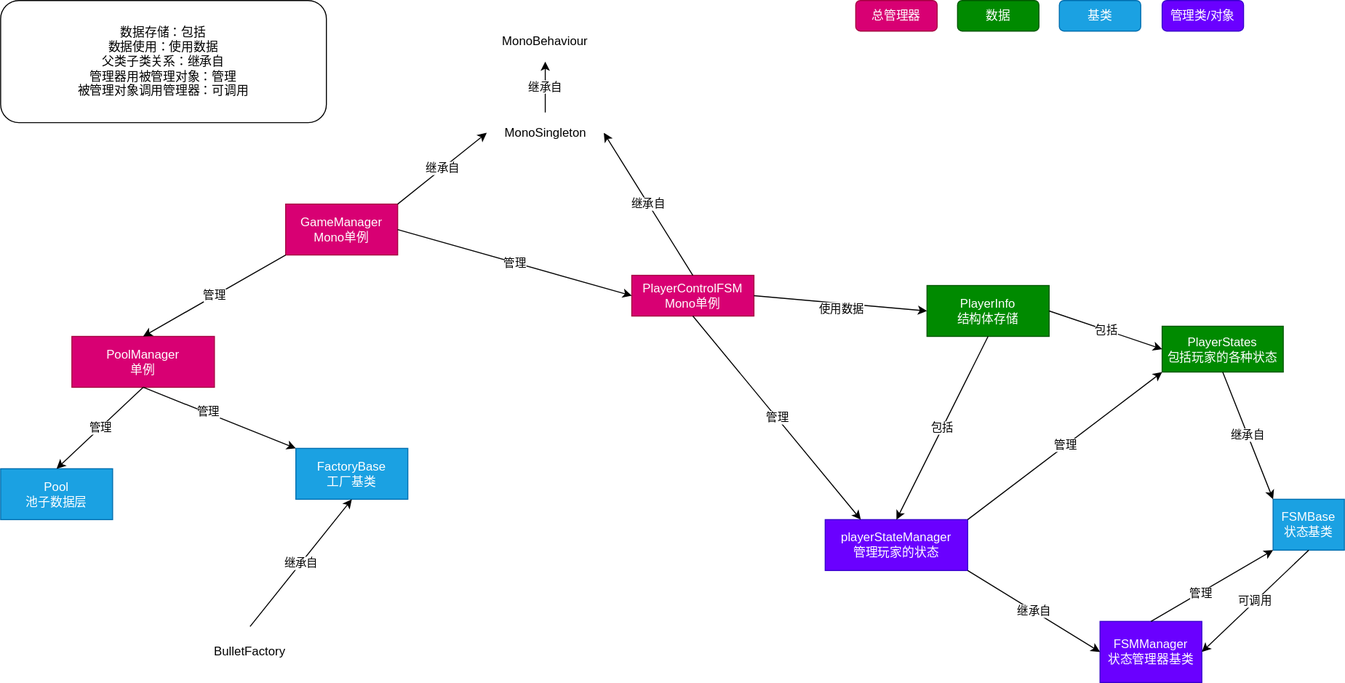
The draw.io diagram README.drawio.svg in Katzeee/GameDemo, before a commit. Source tidied: cells renumbered, new cells last; positions are measured from the earlier drawing's top-left corner, leaving out a move shared by most shapes.
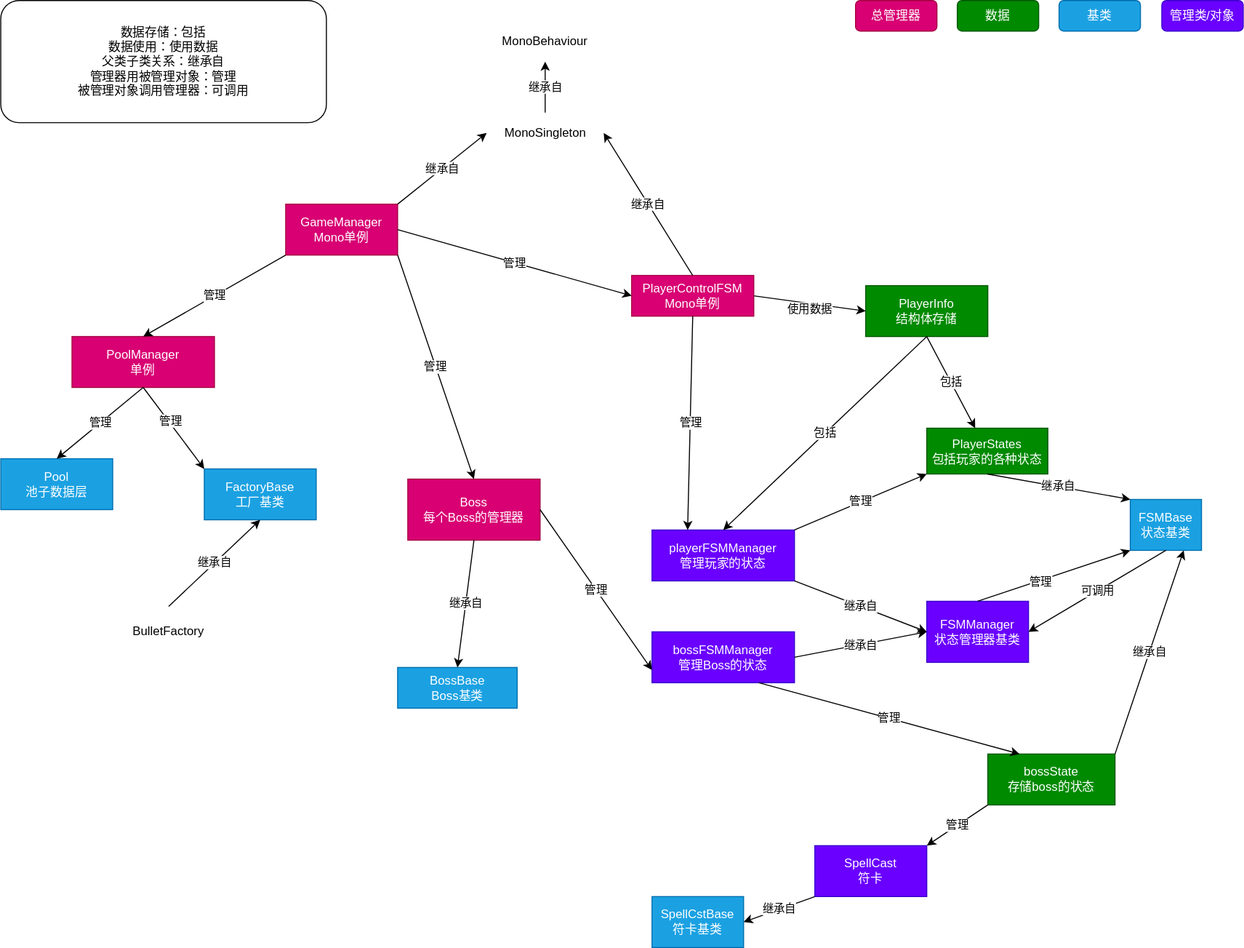
Later version of the same file.

Change to the diagram source:
```diff
@@ -15,16 +15,16 @@
       <mxGeometry x="280" y="200" width="110" height="50" as="geometry" />
     </mxCell>
     <mxCell id="6" value="FSMManager&lt;br&gt;状态管理器基类" style="text;html=1;strokeColor=#3700CC;fillColor=#6a00ff;align=center;verticalAlign=middle;whiteSpace=wrap;rounded=0;fontColor=#ffffff;" parent="1" vertex="1">
-      <mxGeometry x="1080" y="610" width="100" height="60" as="geometry" />
+      <mxGeometry x="910" y="590" width="100" height="60" as="geometry" />
     </mxCell>
     <mxCell id="7" value="FSMBase&lt;br&gt;状态基类" style="text;html=1;strokeColor=#006EAF;fillColor=#1ba1e2;align=center;verticalAlign=middle;whiteSpace=wrap;rounded=0;fontColor=#ffffff;" parent="1" vertex="1">
-      <mxGeometry x="1250" y="490" width="70" height="50" as="geometry" />
+      <mxGeometry x="1110" y="490" width="70" height="50" as="geometry" />
     </mxCell>
     <mxCell id="8" value="FactoryBase&lt;br&gt;工厂基类" style="text;html=1;strokeColor=#006EAF;fillColor=#1ba1e2;align=center;verticalAlign=middle;whiteSpace=wrap;rounded=0;fontColor=#ffffff;" parent="1" vertex="1">
-      <mxGeometry x="290" y="440" width="110" height="50" as="geometry" />
+      <mxGeometry x="200" y="460" width="110" height="50" as="geometry" />
     </mxCell>
     <mxCell id="9" value="BulletFactory" style="text;html=1;strokeColor=none;fillColor=none;align=center;verticalAlign=middle;whiteSpace=wrap;rounded=0;" parent="1" vertex="1">
-      <mxGeometry x="190" y="615" width="110" height="50" as="geometry" />
+      <mxGeometry x="110" y="595" width="110" height="50" as="geometry" />
     </mxCell>
     <mxCell id="10" style="endArrow=classic;html=1;exitX=0.5;exitY=1;exitDx=0;exitDy=0;entryX=0;entryY=0;entryDx=0;entryDy=0;" parent="1" edge="1" source="4" target="8">
       <mxGeometry relative="1" as="geometry" />
@@ -48,13 +48,13 @@
       <mxGeometry x="620" y="270" width="120" height="40" as="geometry" />
     </mxCell>
     <mxCell id="17" value="PlayerInfo&lt;br&gt;结构体存储" style="text;html=1;strokeColor=#005700;fillColor=#008a00;align=center;verticalAlign=middle;whiteSpace=wrap;rounded=0;fontColor=#ffffff;" parent="1" vertex="1">
-      <mxGeometry x="910" y="280" width="120" height="50" as="geometry" />
+      <mxGeometry x="850" y="280" width="120" height="50" as="geometry" />
     </mxCell>
     <mxCell id="18" value="使用数据" style="endArrow=classic;html=1;exitX=1;exitY=0.5;exitDx=0;exitDy=0;entryX=0;entryY=0.5;entryDx=0;entryDy=0;" parent="1" edge="1" source="16" target="17">
       <mxGeometry x="0.02" y="-5" relative="1" as="geometry" />
     </mxCell>
     <mxCell id="19" value="Pool&lt;br&gt;池子数据层" style="text;html=1;strokeColor=#006EAF;fillColor=#1ba1e2;align=center;verticalAlign=middle;whiteSpace=wrap;rounded=0;fontColor=#ffffff;" parent="1" vertex="1">
-      <mxGeometry y="460" width="110" height="50" as="geometry" />
+      <mxGeometry y="450" width="110" height="50" as="geometry" />
     </mxCell>
     <mxCell id="20" value="管理" style="endArrow=classic;html=1;exitX=0.5;exitY=1;exitDx=0;exitDy=0;entryX=0.5;entryY=0;entryDx=0;entryDy=0;" parent="1" edge="1" source="4" target="19">
       <mxGeometry relative="1" as="geometry" />
@@ -65,8 +65,8 @@
     <mxCell id="22" value="管理" style="endArrow=classic;html=1;exitX=1;exitY=0.5;exitDx=0;exitDy=0;entryX=0;entryY=0.5;entryDx=0;entryDy=0;" parent="1" edge="1" source="5" target="16">
       <mxGeometry relative="1" as="geometry" />
     </mxCell>
-    <mxCell id="23" value="playerStateManager&lt;br&gt;管理玩家的状态" style="text;html=1;align=center;verticalAlign=middle;whiteSpace=wrap;rounded=0;gradientDirection=east;fillColor=#6a00ff;strokeColor=#3700CC;fontColor=#ffffff;" parent="1" vertex="1">
-      <mxGeometry x="810" y="510" width="140" height="50" as="geometry" />
+    <mxCell id="23" value="playerFSMManager&lt;br&gt;管理玩家的状态" style="text;html=1;align=center;verticalAlign=middle;whiteSpace=wrap;rounded=0;gradientDirection=east;fillColor=#6a00ff;strokeColor=#3700CC;fontColor=#ffffff;" parent="1" vertex="1">
+      <mxGeometry x="640" y="520" width="140" height="50" as="geometry" />
     </mxCell>
     <mxCell id="24" value="继承自" style="endArrow=classic;html=1;exitX=1;exitY=1;exitDx=0;exitDy=0;entryX=0;entryY=0.5;entryDx=0;entryDy=0;" parent="1" edge="1" source="23" target="6">
       <mxGeometry relative="1" as="geometry" />
@@ -75,12 +75,12 @@
       <mxGeometry relative="1" as="geometry" />
     </mxCell>
     <mxCell id="26" value="PlayerStates&lt;br&gt;包括玩家的各种状态" style="text;html=1;strokeColor=#005700;fillColor=#008a00;align=center;verticalAlign=middle;whiteSpace=wrap;rounded=0;fontColor=#ffffff;" parent="1" vertex="1">
-      <mxGeometry x="1141" y="320" width="119" height="45" as="geometry" />
+      <mxGeometry x="910" y="420" width="119" height="45" as="geometry" />
     </mxCell>
     <mxCell id="27" value="继承自" style="endArrow=classic;html=1;exitX=0.5;exitY=1;exitDx=0;exitDy=0;entryX=0;entryY=0;entryDx=0;entryDy=0;" parent="1" edge="1" source="26" target="7">
       <mxGeometry relative="1" as="geometry" />
     </mxCell>
-    <mxCell id="28" value="包括" style="endArrow=classic;html=1;exitX=1;exitY=0.5;exitDx=0;exitDy=0;entryX=0;entryY=0.5;entryDx=0;entryDy=0;" parent="1" edge="1" source="17" target="26">
+    <mxCell id="28" value="包括" style="endArrow=classic;html=1;exitX=0.5;exitY=1;exitDx=0;exitDy=0;" parent="1" edge="1" source="17" target="26">
       <mxGeometry relative="1" as="geometry" />
     </mxCell>
     <mxCell id="29" value="数据存储：包括&lt;br&gt;数据使用：使用数据&lt;br&gt;父类子类关系：继承自&lt;br&gt;管理器用被管理对象：管理&lt;br&gt;被管理对象调用管理器：可调用" style="rounded=1;whiteSpace=wrap;html=1;" parent="1" vertex="1">
@@ -113,5 +113,47 @@
     <mxCell id="38" value="管理" style="endArrow=classic;html=1;exitX=0.5;exitY=1;exitDx=0;exitDy=0;entryX=0.25;entryY=0;entryDx=0;entryDy=0;" parent="1" edge="1" source="16" target="23">
       <mxGeometry relative="1" as="geometry" />
     </mxCell>
+    <mxCell id="39" value="bossFSMManager&lt;br&gt;管理Boss的状态" style="text;html=1;strokeColor=#3700CC;fillColor=#6a00ff;align=center;verticalAlign=middle;whiteSpace=wrap;rounded=0;fontColor=#ffffff;" parent="1" vertex="1">
+      <mxGeometry x="640" y="620" width="140" height="50" as="geometry" />
+    </mxCell>
+    <mxCell id="40" value="继承自" style="endArrow=classic;html=1;exitX=1;exitY=0.5;exitDx=0;exitDy=0;entryX=0;entryY=0.5;entryDx=0;entryDy=0;" parent="1" edge="1" source="39" target="6">
+      <mxGeometry relative="1" as="geometry" />
+    </mxCell>
+    <mxCell id="41" value="Boss&lt;br&gt;每个Boss的管理器" style="text;html=1;strokeColor=#A50040;fillColor=#d80073;align=center;verticalAlign=middle;whiteSpace=wrap;rounded=0;fontColor=#ffffff;" parent="1" vertex="1">
+      <mxGeometry x="400" y="470" width="130" height="60" as="geometry" />
+    </mxCell>
+    <mxCell id="42" value="BossBase&lt;br&gt;Boss基类" style="text;html=1;strokeColor=#006EAF;fillColor=#1ba1e2;align=center;verticalAlign=middle;whiteSpace=wrap;rounded=0;fontColor=#ffffff;" parent="1" vertex="1">
+      <mxGeometry x="390" y="655" width="117.5" height="40" as="geometry" />
+    </mxCell>
+    <mxCell id="43" value="继承自" style="endArrow=classic;html=1;exitX=0.5;exitY=1;exitDx=0;exitDy=0;entryX=0.5;entryY=0;entryDx=0;entryDy=0;" parent="1" edge="1" source="41" target="42">
+      <mxGeometry relative="1" as="geometry" />
+    </mxCell>
+    <mxCell id="44" value="bossState&lt;br&gt;存储boss的状态" style="text;html=1;strokeColor=#005700;fillColor=#008a00;align=center;verticalAlign=middle;whiteSpace=wrap;rounded=0;fontColor=#ffffff;" parent="1" vertex="1">
+      <mxGeometry x="970" y="740" width="125" height="50" as="geometry" />
+    </mxCell>
+    <mxCell id="45" value="管理" style="endArrow=classic;html=1;exitX=0.75;exitY=1;exitDx=0;exitDy=0;entryX=0.25;entryY=0;entryDx=0;entryDy=0;" parent="1" edge="1" source="39" target="44">
+      <mxGeometry relative="1" as="geometry" />
+    </mxCell>
+    <mxCell id="46" value="管理" style="endArrow=classic;html=1;exitX=1;exitY=0.5;exitDx=0;exitDy=0;entryX=0;entryY=0.75;entryDx=0;entryDy=0;" parent="1" edge="1" source="41" target="39">
+      <mxGeometry relative="1" as="geometry" />
+    </mxCell>
+    <mxCell id="47" value="继承自" style="endArrow=classic;html=1;exitX=1;exitY=0;exitDx=0;exitDy=0;entryX=0.75;entryY=1;entryDx=0;entryDy=0;" parent="1" edge="1" source="44" target="7">
+      <mxGeometry relative="1" as="geometry" />
+    </mxCell>
+    <mxCell id="48" value="SpellCstBase&lt;br&gt;符卡基类" style="text;html=1;strokeColor=#006EAF;fillColor=#1ba1e2;align=center;verticalAlign=middle;whiteSpace=wrap;rounded=0;fontColor=#ffffff;" parent="1" vertex="1">
+      <mxGeometry x="640" y="880" width="90" height="50" as="geometry" />
+    </mxCell>
+    <mxCell id="49" value="SpellCast&lt;br&gt;符卡" style="text;html=1;strokeColor=#3700CC;fillColor=#6a00ff;align=center;verticalAlign=middle;whiteSpace=wrap;rounded=0;fontColor=#ffffff;" parent="1" vertex="1">
+      <mxGeometry x="800" y="830" width="110" height="50" as="geometry" />
+    </mxCell>
+    <mxCell id="50" value="继承自" style="endArrow=classic;html=1;exitX=0;exitY=1;exitDx=0;exitDy=0;entryX=1;entryY=0.5;entryDx=0;entryDy=0;" parent="1" edge="1" source="49" target="48">
+      <mxGeometry relative="1" as="geometry" />
+    </mxCell>
+    <mxCell id="51" value="管理" style="endArrow=classic;html=1;exitX=0;exitY=1;exitDx=0;exitDy=0;entryX=1;entryY=0;entryDx=0;entryDy=0;" parent="1" edge="1" source="44" target="49">
+      <mxGeometry relative="1" as="geometry" />
+    </mxCell>
+    <mxCell id="52" value="管理" style="endArrow=classic;html=1;exitX=1;exitY=1;exitDx=0;exitDy=0;entryX=0.5;entryY=0;entryDx=0;entryDy=0;" parent="1" edge="1" source="5" target="41">
+      <mxGeometry relative="1" as="geometry" />
+    </mxCell>
   </root>
 </mxGraphModel>
```
